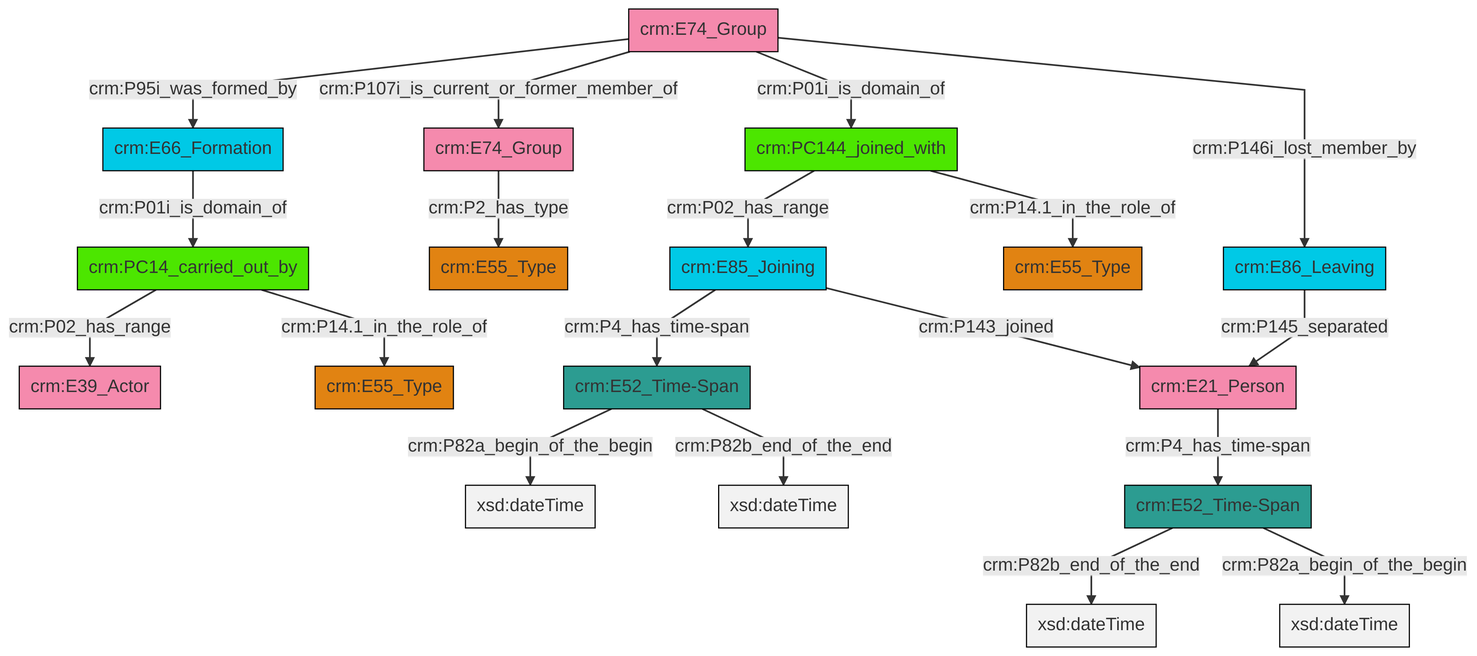
Above: et/groupCSV/ttl/mmd/png/group_actor_relations.png in swiss-art-research-net/docs.swissartresearch (Mermaid), before the change. Its source is kept beside it as et/groupCSV/ttl/mmd/group_actor_relations.ttl.mmd.
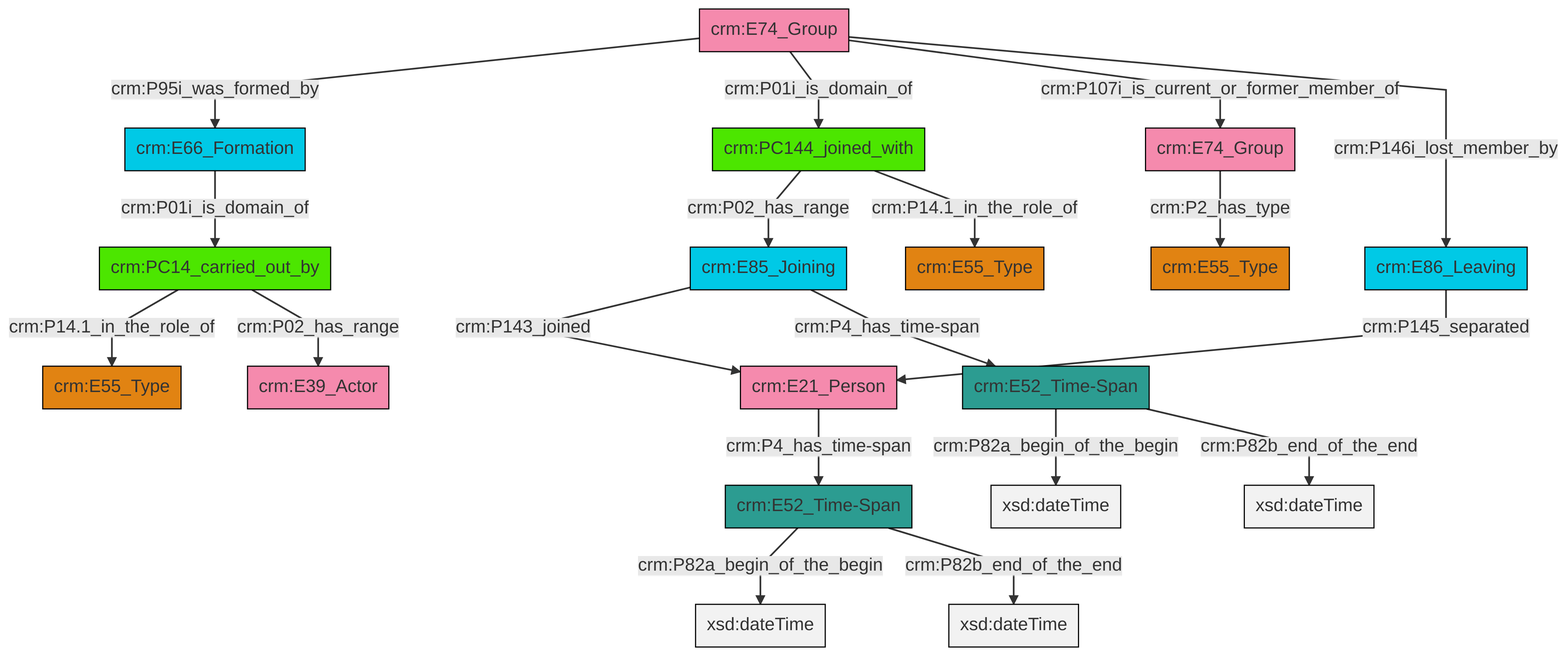
Later version of the same file.

The edit, as a diff of the source:
```diff
@@ -13,21 +13,21 @@
 classDef PC_Classes fill:#4ce600, stroke:#000000;
 classDef Multi fill:#cccccc,stroke:#000000;
 
-2["crm:E52_Time-Span"]:::Time-Span -->|crm:P82b_end_of_the_end| 3[xsd:dateTime]:::Literal
-6["crm:E85_Joining"]:::Temporal_Entity -->|crm:P4_has_time-span| 4["crm:E52_Time-Span"]:::Time-Span
-11["crm:PC14_carried_out_by"]:::PC_Classes -->|crm:P02_has_range| 12["crm:E39_Actor"]:::Actor
-7["crm:E74_Group"]:::Actor -->|crm:P2_has_type| 9["crm:E55_Type"]:::Type
-15["crm:E74_Group"]:::Actor -->|crm:P95i_was_formed_by| 16["crm:E66_Formation"]:::Temporal_Entity
-2["crm:E52_Time-Span"]:::Time-Span -->|crm:P82a_begin_of_the_begin| 19[xsd:dateTime]:::Literal
-15["crm:E74_Group"]:::Actor -->|crm:P107i_is_current_or_former_member_of| 7["crm:E74_Group"]:::Actor
-23["crm:PC144_joined_with"]:::PC_Classes -->|crm:P02_has_range| 6["crm:E85_Joining"]:::Temporal_Entity
-25["crm:E21_Person"]:::Actor -->|crm:P4_has_time-span| 2["crm:E52_Time-Span"]:::Time-Span
-23["crm:PC144_joined_with"]:::PC_Classes -->|crm:P14.1_in_the_role_of| 17["crm:E55_Type"]:::Type
-0["crm:E86_Leaving"]:::Temporal_Entity -->|crm:P145_separated| 25["crm:E21_Person"]:::Actor
-15["crm:E74_Group"]:::Actor -->|crm:P01i_is_domain_of| 23["crm:PC144_joined_with"]:::PC_Classes
-6["crm:E85_Joining"]:::Temporal_Entity -->|crm:P143_joined| 25["crm:E21_Person"]:::Actor
-4["crm:E52_Time-Span"]:::Time-Span -->|crm:P82a_begin_of_the_begin| 32[xsd:dateTime]:::Literal
-15["crm:E74_Group"]:::Actor -->|crm:P146i_lost_member_by| 0["crm:E86_Leaving"]:::Temporal_Entity
-16["crm:E66_Formation"]:::Temporal_Entity -->|crm:P01i_is_domain_of| 11["crm:PC14_carried_out_by"]:::PC_Classes
-11["crm:PC14_carried_out_by"]:::PC_Classes -->|crm:P14.1_in_the_role_of| 20["crm:E55_Type"]:::Type
-4["crm:E52_Time-Span"]:::Time-Span -->|crm:P82b_end_of_the_end| 34[xsd:dateTime]:::Literal
+0["crm:E85_Joining"]:::Temporal_Entity -->|crm:P143_joined| 1["crm:E21_Person"]:::Actor
+8["crm:E52_Time-Span"]:::Time-Span -->|crm:P82a_begin_of_the_begin| 9[xsd:dateTime]:::Literal
+10["crm:PC144_joined_with"]:::PC_Classes -->|crm:P02_has_range| 0["crm:E85_Joining"]:::Temporal_Entity
+8["crm:E52_Time-Span"]:::Time-Span -->|crm:P82b_end_of_the_end| 11[xsd:dateTime]:::Literal
+12["crm:E66_Formation"]:::Temporal_Entity -->|crm:P01i_is_domain_of| 13["crm:PC14_carried_out_by"]:::PC_Classes
+4["crm:E74_Group"]:::Actor -->|crm:P2_has_type| 6["crm:E55_Type"]:::Type
+13["crm:PC14_carried_out_by"]:::PC_Classes -->|crm:P14.1_in_the_role_of| 14["crm:E55_Type"]:::Type
+17["crm:E52_Time-Span"]:::Time-Span -->|crm:P82a_begin_of_the_begin| 18[xsd:dateTime]:::Literal
+2["crm:E74_Group"]:::Actor -->|crm:P95i_was_formed_by| 12["crm:E66_Formation"]:::Temporal_Entity
+2["crm:E74_Group"]:::Actor -->|crm:P01i_is_domain_of| 10["crm:PC144_joined_with"]:::PC_Classes
+2["crm:E74_Group"]:::Actor -->|crm:P107i_is_current_or_former_member_of| 4["crm:E74_Group"]:::Actor
+1["crm:E21_Person"]:::Actor -->|crm:P4_has_time-span| 8["crm:E52_Time-Span"]:::Time-Span
+2["crm:E74_Group"]:::Actor -->|crm:P146i_lost_member_by| 22["crm:E86_Leaving"]:::Temporal_Entity
+13["crm:PC14_carried_out_by"]:::PC_Classes -->|crm:P02_has_range| 23["crm:E39_Actor"]:::Actor
+22["crm:E86_Leaving"]:::Temporal_Entity -->|crm:P145_separated| 1["crm:E21_Person"]:::Actor
+10["crm:PC144_joined_with"]:::PC_Classes -->|crm:P14.1_in_the_role_of| 15["crm:E55_Type"]:::Type
+0["crm:E85_Joining"]:::Temporal_Entity -->|crm:P4_has_time-span| 17["crm:E52_Time-Span"]:::Time-Span
+17["crm:E52_Time-Span"]:::Time-Span -->|crm:P82b_end_of_the_end| 34[xsd:dateTime]:::Literal
```
